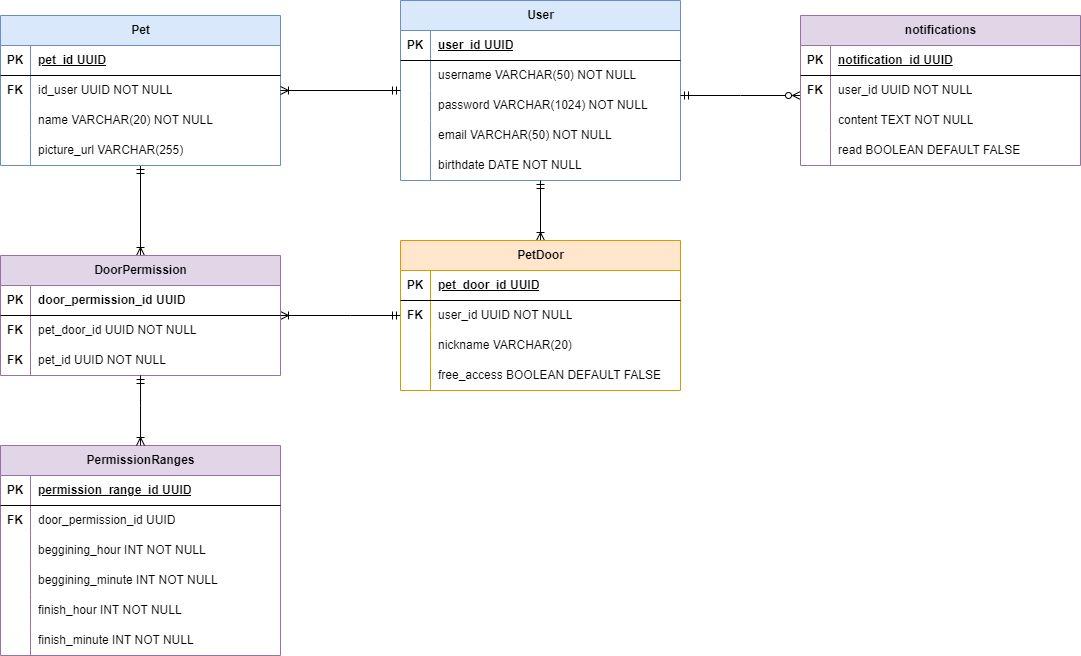
kau-menezes/TailTech-Server keeps this draw.io diagram as docs/TailTechDB.drawio.png. Above is the earlier version. Source tidied: cells renumbered, new cells last; positions are measured from the earlier drawing's top-left corner, leaving out a move shared by most shapes.
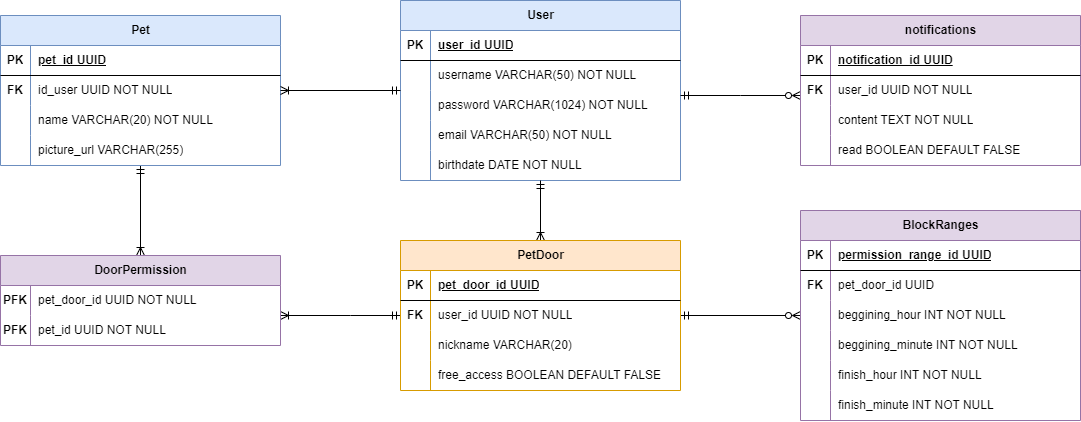
After the commit.

Diff of the diagram source:
```diff
@@ -103,6 +103,9 @@
     <mxCell id="33" style="edgeStyle=orthogonalEdgeStyle;rounded=0;jettySize=auto;html=1;endArrow=ERmandOne;endFill=0;startArrow=ERoneToMany;startFill=0;" parent="1" edge="1" source="34" target="2">
       <mxGeometry relative="1" as="geometry" />
     </mxCell>
+    <mxCell id="92" style="edgeStyle=orthogonalEdgeStyle;rounded=0;jettySize=auto;html=1;endArrow=ERzeroToMany;endFill=0;startArrow=ERmandOne;startFill=0;" parent="1" edge="1" source="34" target="57">
+      <mxGeometry relative="1" as="geometry" />
+    </mxCell>
     <mxCell id="34" value="PetDoor" style="shape=table;startSize=30;rowLines=0;fontStyle=1;align=center;html=1;fillColor=#ffe6cc;strokeColor=#d79b00;" parent="1" vertex="1">
       <mxGeometry x="400" y="240" width="280" height="150" as="geometry" />
     </mxCell>
@@ -143,37 +146,28 @@
       <mxGeometry x="30" width="250" height="30" as="geometry" />
     </mxCell>
     <mxCell id="47" value="DoorPermission" style="shape=table;startSize=30;rowLines=0;fontStyle=1;align=center;html=1;fillColor=#e1d5e7;strokeColor=#9673a6;" parent="1" vertex="1">
-      <mxGeometry y="255" width="280" height="120" as="geometry" />
+      <mxGeometry y="255" width="280" height="90" as="geometry" />
     </mxCell>
-    <mxCell id="48" style="shape=tableRow;horizontal=0;startSize=0;swimlaneHead=0;swimlaneBody=0;fillColor=none;top=0;left=0;right=0;bottom=1;fixDash=0;strokeColor=default;" parent="47" vertex="1">
-      <mxGeometry y="30" width="280" height="30" as="geometry" />
-    </mxCell>
-    <mxCell id="49" value="&lt;b&gt;PK&lt;/b&gt;" style="shape=partialRectangle;fillColor=none;top=0;left=0;bottom=0;right=0;overflow=hidden;whiteSpace=wrap;html=1;" parent="48" vertex="1">
-      <mxGeometry width="30" height="30" as="geometry" />
-    </mxCell>
-    <mxCell id="50" value="&lt;b&gt;door_permission_id UUID&lt;/b&gt;" style="shape=partialRectangle;fillColor=none;top=0;left=0;bottom=0;right=0;align=left;spacingLeft=6;overflow=hidden;whiteSpace=wrap;html=1;" parent="48" vertex="1">
-      <mxGeometry x="30" width="250" height="30" as="geometry" />
-    </mxCell>
     <mxCell id="51" style="shape=tableRow;horizontal=0;startSize=0;swimlaneHead=0;swimlaneBody=0;fillColor=none;top=0;left=0;right=0;bottom=0;" parent="47" vertex="1">
-      <mxGeometry y="60" width="280" height="30" as="geometry" />
+      <mxGeometry y="30" width="280" height="30" as="geometry" />
     </mxCell>
-    <mxCell id="52" value="&lt;b&gt;FK&lt;/b&gt;" style="shape=partialRectangle;fillColor=none;top=0;left=0;bottom=0;right=0;overflow=hidden;whiteSpace=wrap;html=1;" parent="51" vertex="1">
+    <mxCell id="52" value="&lt;b&gt;PFK&lt;/b&gt;" style="shape=partialRectangle;fillColor=none;top=0;left=0;bottom=0;right=0;overflow=hidden;whiteSpace=wrap;html=1;" parent="51" vertex="1">
       <mxGeometry width="30" height="30" as="geometry" />
     </mxCell>
     <mxCell id="53" value="pet_door_id UUID NOT NULL" style="shape=partialRectangle;fillColor=none;top=0;left=0;bottom=0;right=0;align=left;spacingLeft=6;overflow=hidden;whiteSpace=wrap;html=1;" parent="51" vertex="1">
       <mxGeometry x="30" width="250" height="30" as="geometry" />
     </mxCell>
     <mxCell id="54" style="shape=tableRow;horizontal=0;startSize=0;swimlaneHead=0;swimlaneBody=0;fillColor=none;top=0;left=0;right=0;bottom=0;" parent="47" vertex="1">
-      <mxGeometry y="90" width="280" height="30" as="geometry" />
+      <mxGeometry y="60" width="280" height="30" as="geometry" />
     </mxCell>
-    <mxCell id="55" value="&lt;b&gt;FK&lt;/b&gt;" style="shape=partialRectangle;fillColor=none;top=0;left=0;bottom=0;right=0;overflow=hidden;whiteSpace=wrap;html=1;" parent="54" vertex="1">
+    <mxCell id="55" value="&lt;b&gt;PFK&lt;/b&gt;" style="shape=partialRectangle;fillColor=none;top=0;left=0;bottom=0;right=0;overflow=hidden;whiteSpace=wrap;html=1;" parent="54" vertex="1">
       <mxGeometry width="30" height="30" as="geometry" />
     </mxCell>
     <mxCell id="56" value="pet_id UUID NOT NULL" style="shape=partialRectangle;fillColor=none;top=0;left=0;bottom=0;right=0;align=left;spacingLeft=6;overflow=hidden;whiteSpace=wrap;html=1;" parent="54" vertex="1">
       <mxGeometry x="30" width="250" height="30" as="geometry" />
     </mxCell>
-    <mxCell id="57" value="PermissionRanges" style="shape=table;startSize=30;rowLines=0;fontStyle=1;align=center;html=1;fillColor=#e1d5e7;strokeColor=#9673a6;" parent="1" vertex="1">
-      <mxGeometry y="445" width="280" height="210" as="geometry" />
+    <mxCell id="57" value="BlockRanges" style="shape=table;startSize=30;rowLines=0;fontStyle=1;align=center;html=1;fillColor=#e1d5e7;strokeColor=#9673a6;" parent="1" vertex="1">
+      <mxGeometry x="800" y="210" width="280" height="210" as="geometry" />
     </mxCell>
     <mxCell id="58" style="shape=tableRow;horizontal=0;startSize=0;swimlaneHead=0;swimlaneBody=0;fillColor=none;top=0;left=0;right=0;bottom=1;" parent="57" vertex="1">
       <mxGeometry y="30" width="280" height="30" as="geometry" />
@@ -190,7 +184,7 @@
     <mxCell id="62" value="&lt;b&gt;FK&lt;/b&gt;" style="shape=partialRectangle;fillColor=none;top=0;left=0;bottom=0;right=0;overflow=hidden;whiteSpace=wrap;html=1;" parent="61" vertex="1">
       <mxGeometry width="30" height="30" as="geometry" />
     </mxCell>
-    <mxCell id="63" value="door_permission_id UUID" style="shape=partialRectangle;fillColor=none;top=0;left=0;bottom=0;right=0;align=left;spacingLeft=6;overflow=hidden;whiteSpace=wrap;html=1;" parent="61" vertex="1">
+    <mxCell id="63" value="pet_&lt;span style=&quot;background-color: initial;&quot;&gt;door_id UUID&lt;/span&gt;" style="shape=partialRectangle;fillColor=none;top=0;left=0;bottom=0;right=0;align=left;spacingLeft=6;overflow=hidden;whiteSpace=wrap;html=1;" parent="61" vertex="1">
       <mxGeometry x="30" width="250" height="30" as="geometry" />
     </mxCell>
     <mxCell id="64" style="shape=tableRow;horizontal=0;startSize=0;swimlaneHead=0;swimlaneBody=0;fillColor=none;top=0;left=0;right=0;bottom=0;" parent="57" vertex="1">
@@ -229,14 +223,6 @@
     <mxCell id="75" value="finish_minute INT NOT NULL" style="shape=partialRectangle;fillColor=none;top=0;left=0;bottom=0;right=0;align=left;spacingLeft=6;overflow=hidden;whiteSpace=wrap;html=1;" parent="73" vertex="1">
       <mxGeometry x="30" width="250" height="30" as="geometry" />
     </mxCell>
-    <mxCell id="76" style="edgeStyle=orthogonalEdgeStyle;rounded=0;jettySize=auto;html=1;endArrow=ERoneToMany;endFill=0;startArrow=ERmandOne;startFill=0;" parent="1" edge="1" source="47" target="57">
-      <mxGeometry relative="1" as="geometry">
-        <Array as="points">
-          <mxPoint x="140" y="405" />
-          <mxPoint x="140" y="405" />
-        </Array>
-      </mxGeometry>
-    </mxCell>
     <mxCell id="77" style="edgeStyle=orthogonalEdgeStyle;rounded=0;jettySize=auto;html=1;endArrow=ERmandOne;endFill=0;startArrow=ERoneToMany;startFill=0;" parent="1" edge="1" source="19" target="2">
       <mxGeometry relative="1" as="geometry" />
     </mxCell>
```
